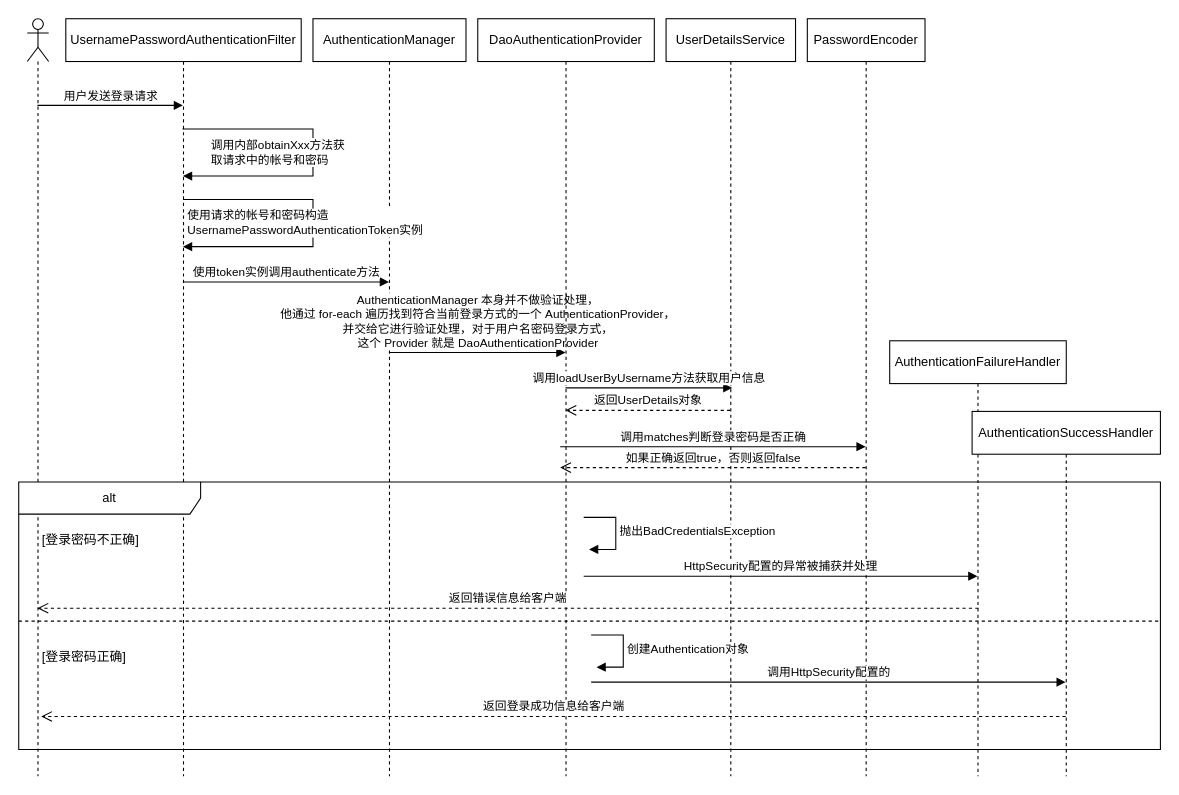
dexterleslie1/demonstration keeps this draw.io diagram as demo-spring-boot/标准的用户+密码登录时序图.drawio. Above is the earlier version. Source tidied: cells renumbered, new cells numbered last; positions are measured from the earlier drawing's top-left corner, leaving out a move shared by most shapes. Both pictures are drawn from the tidied source at 107%, with x=0, y=0 at pixel (18, 18).
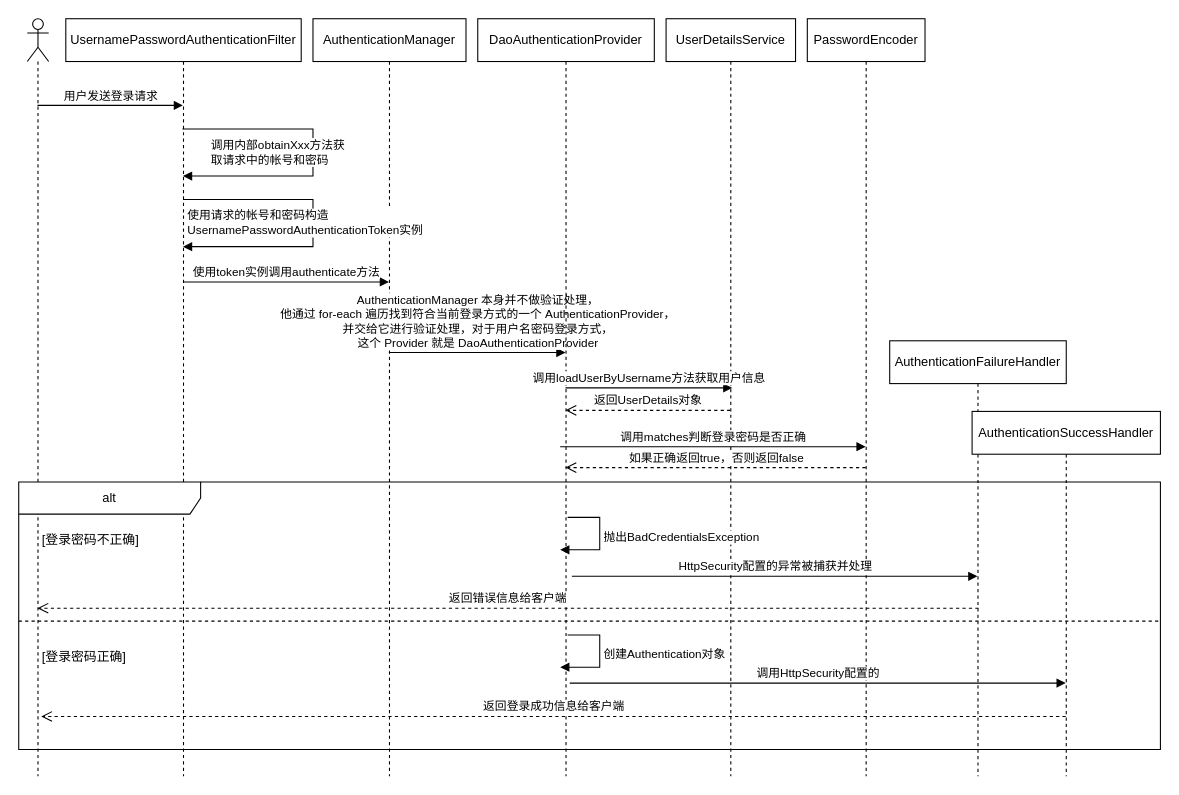
After the change.

Commit message:
Update 标准的用户+密码登录时序图.drawio

Unchanged cells that the change refers to:
```xml
<mxCell id="9" value="DaoAuthenticationProvider" style="shape=umlLifeline;perimeter=lifelinePerimeter;whiteSpace=wrap;html=1;outlineConnect=0;portConstraint=eastwest;newEdgeStyle={&quot;curved&quot;:0,&quot;rounded&quot;:0};" parent="1" vertex="1">
  <mxGeometry x="429" width="165" height="708" as="geometry" />
</mxCell>
<mxCell id="15" value="alt" style="shape=umlFrame;whiteSpace=wrap;html=1;width=170;" parent="1" vertex="1">
  <mxGeometry y="433" width="1067" height="250" as="geometry" />
</mxCell>
<mxCell id="24" value="AuthenticationFailureHandler" style="shape=umlLifeline;perimeter=lifelinePerimeter;whiteSpace=wrap;html=1;outlineConnect=0;portConstraint=eastwest;newEdgeStyle={&quot;curved&quot;:0,&quot;rounded&quot;:0};" parent="1" vertex="1">
  <mxGeometry x="814" y="301" width="165" height="407" as="geometry" />
</mxCell>
<mxCell id="25" value="AuthenticationSuccessHandler" style="shape=umlLifeline;perimeter=lifelinePerimeter;whiteSpace=wrap;html=1;outlineConnect=0;portConstraint=eastwest;newEdgeStyle={&quot;curved&quot;:0,&quot;rounded&quot;:0};" parent="1" vertex="1">
  <mxGeometry x="891" y="367" width="176" height="341" as="geometry" />
</mxCell>
```

The edit, as a diff of the source:
```diff
@@
-    <mxCell id="18" value="抛出BadCredentialsException" style="html=1;align=left;spacingLeft=2;endArrow=block;rounded=0;edgeStyle=orthogonalEdgeStyle;curved=0;rounded=0;" parent="15" edge="1">
+    <mxCell id="18" value="抛出BadCredentialsException" style="html=1;align=left;spacingLeft=2;endArrow=block;rounded=0;edgeStyle=orthogonalEdgeStyle;curved=0;rounded=0;entryX=0.467;entryY=0.701;entryDx=0;entryDy=0;entryPerimeter=0;" parent="15" edge="1" target="9">
       <mxGeometry relative="1" as="geometry">
-        <mxPoint x="528" y="33" as="sourcePoint" />
-        <mxPoint x="533" y="63" as="targetPoint" />
+        <mxPoint x="513" y="33" as="sourcePoint" />
         <Array as="points">
-          <mxPoint x="558" y="63" />
+          <mxPoint x="543" y="33" />
+          <mxPoint x="543" y="63" />
         </Array>
       </mxGeometry>
     </mxCell>
-    <mxCell id="19" value="HttpSecurity配置的异常被捕获并处理" style="html=1;verticalAlign=bottom;endArrow=block;curved=0;rounded=0;" parent="15" edge="1" target="24">
-      <mxGeometry relative="1" as="geometry">
-        <mxPoint x="528" y="88" as="sourcePoint" />
-      </mxGeometry>
-    </mxCell>
-    <mxCell id="20" value="创建Authentication对象" style="html=1;align=left;spacingLeft=2;endArrow=block;rounded=0;edgeStyle=orthogonalEdgeStyle;curved=0;rounded=0;" parent="15" edge="1">
+    <mxCell id="20" value="创建Authentication对象" style="html=1;align=left;spacingLeft=2;endArrow=block;rounded=0;edgeStyle=orthogonalEdgeStyle;curved=0;rounded=0;entryX=0.467;entryY=0.856;entryDx=0;entryDy=0;entryPerimeter=0;" parent="15" edge="1" target="9">
       <mxGeometry relative="1" as="geometry">
-        <mxPoint x="535" y="143" as="sourcePoint" />
-        <mxPoint x="540" y="173" as="targetPoint" />
+        <mxPoint x="513" y="143" as="sourcePoint" />
         <Array as="points">
-          <mxPoint x="565" y="173" />
+          <mxPoint x="543" y="143" />
+          <mxPoint x="543" y="173" />
         </Array>
       </mxGeometry>
     </mxCell>
-    <mxCell id="21" value="调用HttpSecurity配置的" style="html=1;verticalAlign=bottom;endArrow=block;curved=0;rounded=0;exitX=0.509;exitY=0.907;exitDx=0;exitDy=0;exitPerimeter=0;" parent="15" edge="1" target="25">
-      <mxGeometry relative="1" as="geometry">
-        <mxPoint x="535" y="187" as="sourcePoint" />
-      </mxGeometry>
-    </mxCell>
@@
-    <mxCell id="23" value="如果正确返回true，否则返回false" style="html=1;verticalAlign=bottom;endArrow=open;dashed=1;endSize=8;curved=0;rounded=0;" parent="1" edge="1">
+    <mxCell id="23" value="如果正确返回true，否则返回false" style="html=1;verticalAlign=bottom;endArrow=open;dashed=1;endSize=8;curved=0;rounded=0;" parent="1" edge="1" target="9">
       <mxGeometry relative="1" as="geometry">
         <mxPoint x="791.5" y="419.5" as="sourcePoint" />
-        <mxPoint x="506" y="419.5" as="targetPoint" />
       </mxGeometry>
     </mxCell>
@@
+    <mxCell id="19" value="HttpSecurity配置的异常被捕获并处理" style="html=1;verticalAlign=bottom;endArrow=block;curved=0;rounded=0;exitX=0.533;exitY=0.736;exitDx=0;exitDy=0;exitPerimeter=0;" parent="1" edge="1" source="9" target="24">
+      <mxGeometry relative="1" as="geometry" />
+    </mxCell>
+    <mxCell id="21" value="调用HttpSecurity配置的" style="html=1;verticalAlign=bottom;endArrow=block;curved=0;rounded=0;exitX=0.521;exitY=0.877;exitDx=0;exitDy=0;exitPerimeter=0;" parent="1" edge="1" source="9" target="25">
+      <mxGeometry relative="1" as="geometry" />
+    </mxCell>
```
